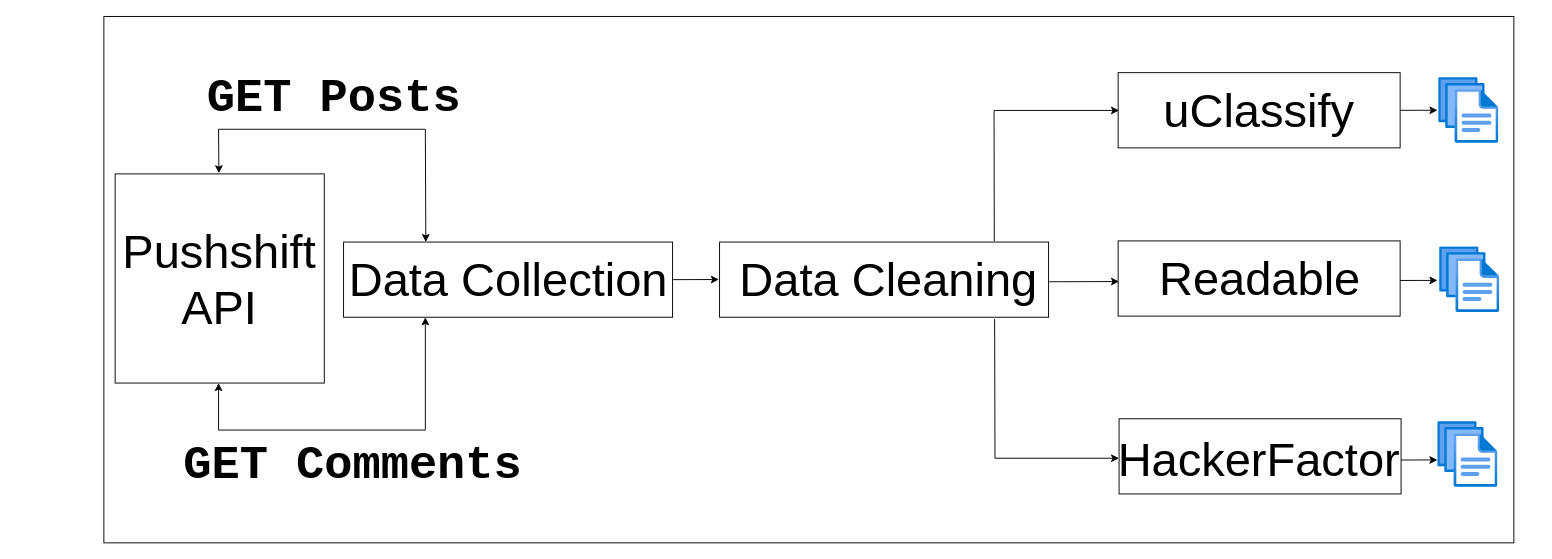
Earlier version of the draw.io diagram GenderBias.drawio (ankitverma5859/drawio). Source tidied: cells renumbered, new cells numbered last; positions are measured from the earlier drawing's top-left corner, leaving out a move shared by most shapes. Both pictures are drawn from the tidied source at 94%, with x=0, y=0 at pixel (103, 16).
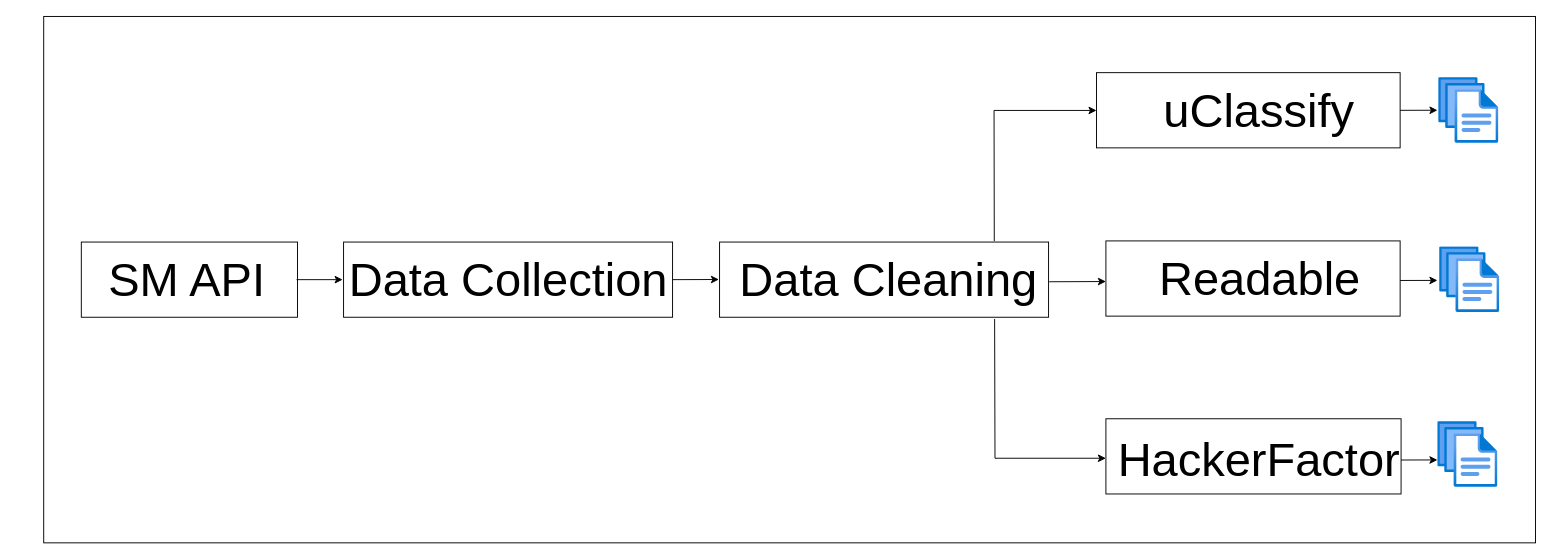
After the change.

The change refers to these unchanged cells:
```xml
<mxCell id="3" style="rounded=0;whiteSpace=wrap;html=1;" parent="1" vertex="1">
  <mxGeometry x="655" y="240" width="350" height="80" as="geometry" />
</mxCell>
<mxCell id="4" value="&lt;font style=&quot;font-size: 50px;&quot;&gt;Data Cleaning&lt;/font&gt;" style="text;html=1;strokeColor=none;fillColor=none;align=center;verticalAlign=middle;whiteSpace=wrap;rounded=0;" parent="1" vertex="1">
  <mxGeometry x="665" y="265" width="340" height="30" as="geometry" />
</mxCell>
<mxCell id="9" style="rounded=0;whiteSpace=wrap;html=1;" parent="1" vertex="1">
  <mxGeometry x="255" y="240" width="350" height="80" as="geometry" />
</mxCell>
```

Change to the diagram source:
```diff
@@
     <mxCell id="2" style="rounded=0;whiteSpace=wrap;html=1;fontFamily=Courier New;fontSize=50;" parent="1" vertex="1">
-      <mxGeometry width="1500" height="560" as="geometry" />
+      <mxGeometry x="-64" width="1587" height="560" as="geometry" />
     </mxCell>
@@
-    <mxCell id="5" style="endArrow=classic;html=1;rounded=0;fontSize=50;entryX=0;entryY=0.5;entryDx=0;entryDy=0;exitX=0.835;exitY=-0.012;exitDx=0;exitDy=0;exitPerimeter=0;" parent="1" edge="1" source="3">
+    <mxCell id="5" style="endArrow=classic;html=1;rounded=0;fontSize=50;exitX=0.835;exitY=-0.012;exitDx=0;exitDy=0;exitPerimeter=0;" parent="1" edge="1" source="3">
       <mxGeometry relative="1" as="geometry">
-        <mxPoint x="1080" y="100" as="targetPoint" />
+        <mxPoint x="1056" y="100" as="targetPoint" />
         <Array as="points">
           <mxPoint x="947" y="100" />
         </Array>
       </mxGeometry>
     </mxCell>
@@
-    <mxCell id="12" style="whiteSpace=wrap;html=1;fontSize=50;" parent="1" vertex="1">
-      <mxGeometry x="12" y="167.5" width="222.5" height="222.5" as="geometry" />
-    </mxCell>
-    <mxCell id="13" value="Pushshift&lt;br&gt;API" style="text;html=1;strokeColor=none;fillColor=none;align=center;verticalAlign=middle;whiteSpace=wrap;rounded=0;fontSize=50;" parent="1" vertex="1">
-      <mxGeometry x="92.5" y="265" width="60" height="30" as="geometry" />
-    </mxCell>
-    <mxCell id="14" style="endArrow=classic;startArrow=classic;html=1;rounded=0;fontSize=50;exitX=0.25;exitY=0;exitDx=0;exitDy=0;entryX=0.496;entryY=-0.003;entryDx=0;entryDy=0;entryPerimeter=0;" parent="1" edge="1" source="9" target="12">
-      <mxGeometry relative="1" as="geometry">
-        <Array as="points">
-          <mxPoint x="342" y="120" />
-          <mxPoint x="122" y="120" />
-        </Array>
-      </mxGeometry>
-    </mxCell>
-    <mxCell id="15" style="endArrow=classic;startArrow=classic;html=1;rounded=0;fontSize=50;" parent="1" edge="1">
-      <mxGeometry relative="1" as="geometry">
-        <mxPoint x="122" y="390" as="sourcePoint" />
-        <mxPoint x="342" y="320" as="targetPoint" />
-        <Array as="points">
-          <mxPoint x="122" y="440" />
-          <mxPoint x="342" y="440" />
-        </Array>
-      </mxGeometry>
-    </mxCell>
-    <mxCell id="16" value="&lt;font face=&quot;Courier New&quot;&gt;&lt;b&gt;GET Posts&lt;/b&gt;&lt;/font&gt;" style="text;html=1;strokeColor=none;fillColor=none;align=center;verticalAlign=middle;whiteSpace=wrap;rounded=0;fontSize=50;" parent="1" vertex="1">
-      <mxGeometry x="80" y="70" width="330" height="30" as="geometry" />
-    </mxCell>
-    <mxCell id="17" value="&lt;font face=&quot;Courier New&quot;&gt;&lt;b&gt;GET Comments&lt;/b&gt;&lt;/font&gt;" style="text;html=1;strokeColor=none;fillColor=none;align=center;verticalAlign=middle;whiteSpace=wrap;rounded=0;fontSize=50;" parent="1" vertex="1">
-      <mxGeometry x="60" y="460" width="410" height="30" as="geometry" />
-    </mxCell>
@@
     <mxCell id="19" style="endArrow=classic;html=1;rounded=0;fontSize=50;entryX=-0.02;entryY=0.497;entryDx=0;entryDy=0;entryPerimeter=0;exitX=1;exitY=0.5;exitDx=0;exitDy=0;" parent="1" edge="1">
       <mxGeometry relative="1" as="geometry">
-        <mxPoint x="1330" y="444" as="sourcePoint" />
-        <mxPoint x="1368.7" y="443.8" as="targetPoint" />
+        <mxPoint x="1073" y="444" as="sourcePoint" />
+        <mxPoint x="1111.7" y="443.8" as="targetPoint" />
       </mxGeometry>
     </mxCell>
     <mxCell id="20" style="endArrow=classic;html=1;rounded=0;fontSize=50;exitX=1.002;exitY=0.575;exitDx=0;exitDy=0;exitPerimeter=0;" parent="1" edge="1" source="4">
       <mxGeometry relative="1" as="geometry">
-        <mxPoint x="1080" y="282" as="targetPoint" />
+        <mxPoint x="1066" y="282" as="targetPoint" />
       </mxGeometry>
     </mxCell>
-    <mxCell id="21" style="endArrow=classic;html=1;rounded=0;fontSize=50;entryX=0;entryY=0.5;entryDx=0;entryDy=0;exitX=0.836;exitY=1.023;exitDx=0;exitDy=0;exitPerimeter=0;" parent="1" edge="1" source="3">
+    <mxCell id="21" style="endArrow=classic;html=1;rounded=0;fontSize=50;exitX=0.836;exitY=1.023;exitDx=0;exitDy=0;exitPerimeter=0;" parent="1" edge="1" source="3">
       <mxGeometry relative="1" as="geometry">
-        <mxPoint x="1080" y="470" as="targetPoint" />
+        <mxPoint x="1066" y="470" as="targetPoint" />
         <Array as="points">
           <mxPoint x="948" y="470" />
         </Array>
       </mxGeometry>
     </mxCell>
     <mxCell id="22" style="rounded=0;whiteSpace=wrap;html=1;" parent="1" vertex="1">
-      <mxGeometry x="1079" y="59.8" width="300" height="80" as="geometry" />
+      <mxGeometry x="1056" y="59.8" width="323" height="80" as="geometry" />
     </mxCell>
@@
     <mxCell id="26" style="rounded=0;whiteSpace=wrap;html=1;" parent="1" vertex="1">
-      <mxGeometry x="1080" y="428" width="300" height="80" as="geometry" />
+      <mxGeometry x="1066" y="428" width="314" height="80" as="geometry" />
     </mxCell>
@@
     <mxCell id="28" style="rounded=0;whiteSpace=wrap;html=1;" parent="1" vertex="1">
-      <mxGeometry x="1079" y="238.8" width="300" height="80" as="geometry" />
+      <mxGeometry x="1066" y="238.8" width="313" height="80" as="geometry" />
     </mxCell>
@@
+    <mxCell id="30" style="rounded=0;whiteSpace=wrap;html=1;" parent="1" vertex="1">
+      <mxGeometry x="-24" y="240" width="230" height="80" as="geometry" />
+    </mxCell>
+    <mxCell id="31" value="&lt;span style=&quot;font-size: 50px;&quot;&gt;SM API&lt;/span&gt;" style="text;html=1;strokeColor=none;fillColor=none;align=center;verticalAlign=middle;whiteSpace=wrap;rounded=0;" parent="1" vertex="1">
+      <mxGeometry x="-93" y="265" width="363" height="30" as="geometry" />
+    </mxCell>
+    <mxCell id="32" style="endArrow=classic;html=1;rounded=0;fontSize=50;entryX=-0.002;entryY=0.498;entryDx=0;entryDy=0;entryPerimeter=0;" parent="1" edge="1">
+      <mxGeometry relative="1" as="geometry">
+        <mxPoint x="205" y="280" as="sourcePoint" />
+        <mxPoint x="254" y="280" as="targetPoint" />
+      </mxGeometry>
+    </mxCell>
```
